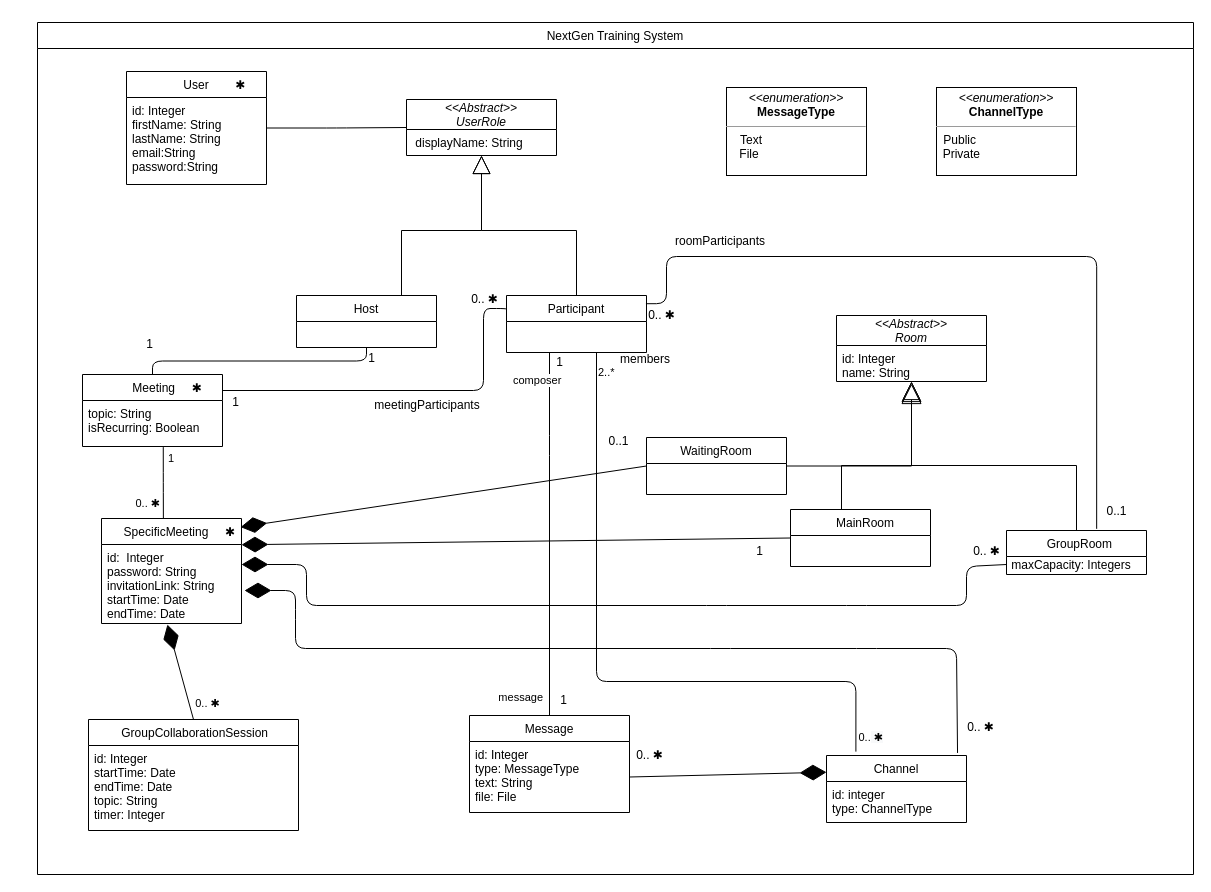
This is ECSE326.drawio from tylerrwatsonn/ecse-326-group-20, a draw.io file, before an edit. Source tidied: cells renumbered, new cells numbered last; positions are measured from the earlier drawing's top-left corner, leaving out a move shared by most shapes. Both pictures are drawn from the tidied source at 100%, with x=0, y=0 at pixel (37, 22).
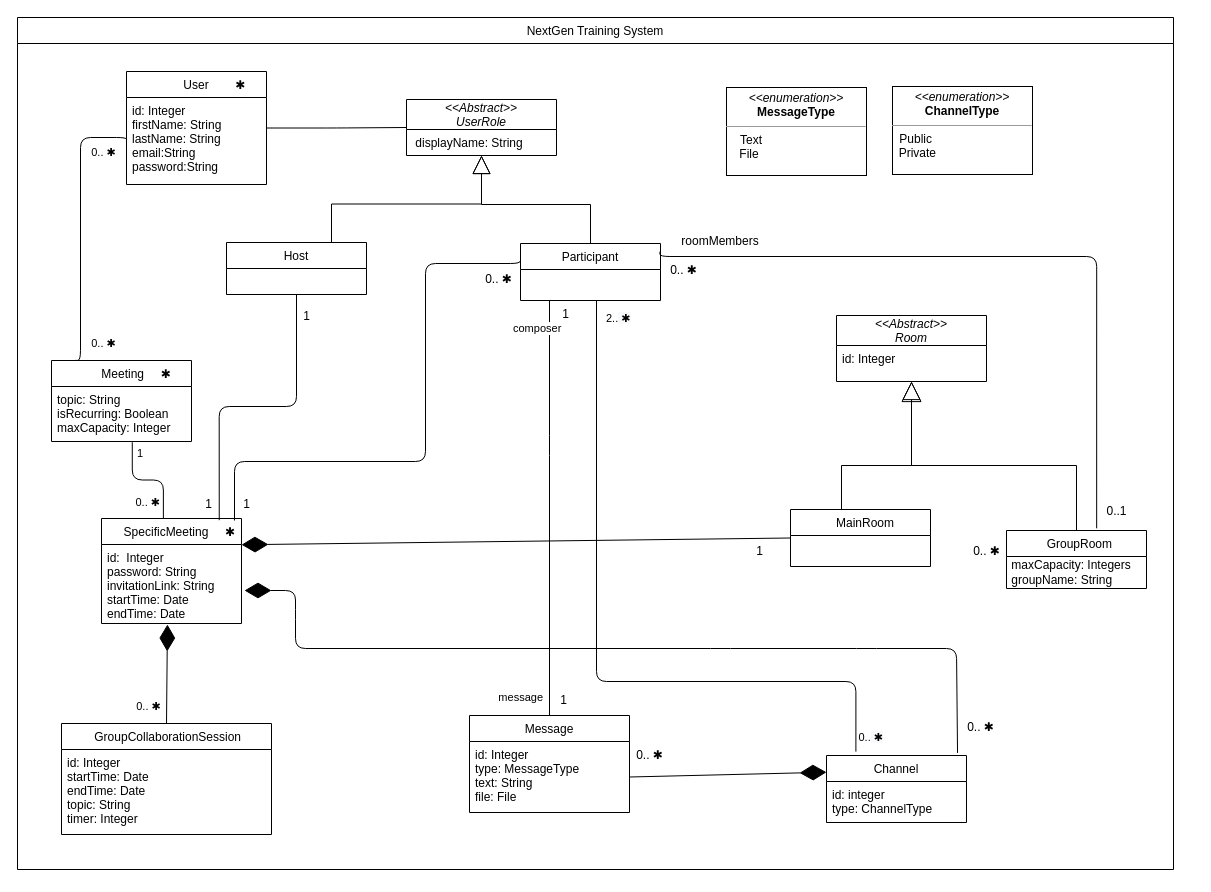
The same page after the edit.

The change refers to these unchanged cells:
```xml
<mxCell id="3" value="id: Integer&#10;firstName: String&#10;lastName: String&#10;email:String&#10;password:String" style="text;strokeColor=none;fillColor=none;align=left;verticalAlign=top;spacingLeft=4;spacingRight=4;overflow=hidden;points=[[0,0.5],[1,0.5]];portConstraint=eastwest;" parent="2" vertex="1">
  <mxGeometry y="26" width="140" height="87" as="geometry" />
</mxCell>
<mxCell id="11" value="     SpecificMeeting     ✱" style="swimlane;fontStyle=0;horizontal=1;startSize=26;fillColor=none;align=center;" parent="1" vertex="1">
  <mxGeometry x="64" y="496" width="140" height="105" as="geometry" />
</mxCell>
<mxCell id="13" value="&lt;&lt;Abstract&gt;&gt;&#10;Room" style="swimlane;fontStyle=2;horizontal=1;startSize=30;fillColor=none;" parent="1" vertex="1">
  <mxGeometry x="799" y="293" width="150" height="66" as="geometry" />
</mxCell>
<mxCell id="33" style="endArrow=none;html=1;edgeStyle=orthogonalEdgeStyle;entryX=0.21;entryY=-0.058;entryDx=0;entryDy=0;entryPerimeter=0;" parent="1" edge="1" source="10" target="22">
  <mxGeometry relative="1" as="geometry">
    <Array as="points">
      <mxPoint x="559" y="659" />
      <mxPoint x="818" y="659" />
    </Array>
  </mxGeometry>
</mxCell>
```

Change to the diagram source:
```diff
@@
     <mxCell id="8" value="Host" style="swimlane;fontStyle=0;horizontal=1;startSize=26;fillColor=none;" parent="1" vertex="1">
-      <mxGeometry x="259" y="273" width="140" height="52" as="geometry" />
+      <mxGeometry x="189" y="220" width="140" height="52" as="geometry" />
     </mxCell>
@@
     <mxCell id="10" value="Participant" style="swimlane;fontStyle=0;horizontal=1;startSize=26;fillColor=none;" parent="1" vertex="1">
-      <mxGeometry x="469" y="273" width="140" height="57" as="geometry" />
+      <mxGeometry x="483" y="221" width="140" height="57" as="geometry" />
     </mxCell>
@@
-    <mxCell id="14" value="id: Integer&#10;name: String" style="text;strokeColor=none;fillColor=none;align=left;verticalAlign=top;spacingLeft=4;spacingRight=4;overflow=hidden;points=[[0,0.5],[1,0.5]];portConstraint=eastwest;" parent="13" vertex="1">
+    <mxCell id="14" value="id: Integer" style="text;strokeColor=none;fillColor=none;align=left;verticalAlign=top;spacingLeft=4;spacingRight=4;overflow=hidden;points=[[0,0.5],[1,0.5]];portConstraint=eastwest;" parent="13" vertex="1">
       <mxGeometry y="30" width="150" height="36" as="geometry" />
     </mxCell>
@@
     <mxCell id="18" value="     GroupRoom   " style="swimlane;fontStyle=0;horizontal=1;startSize=26;fillColor=none;" parent="1" vertex="1">
-      <mxGeometry x="969" y="508" width="140" height="44" as="geometry" />
+      <mxGeometry x="969" y="508" width="140" height="58" as="geometry" />
     </mxCell>
-    <mxCell id="19" value="&amp;nbsp;maxCapacity: Integers" style="text;html=1;align=left;verticalAlign=middle;" parent="18" vertex="1">
-      <mxGeometry y="26" width="140" height="18" as="geometry" />
+    <mxCell id="19" value="&amp;nbsp;maxCapacity: Integers&lt;br&gt;&amp;nbsp;groupName: String" style="text;html=1;align=left;verticalAlign=middle;" parent="18" vertex="1">
+      <mxGeometry y="26" width="140" height="32" as="geometry" />
     </mxCell>
@@
     <mxCell id="21" value="&lt;p style=&quot;margin: 0px ; margin-top: 4px ; text-align: center&quot;&gt;&lt;i&gt;&amp;lt;&amp;lt;enumeration&amp;gt;&amp;gt;&lt;/i&gt;&lt;br&gt;&lt;b&gt;ChannelType&lt;/b&gt;&lt;/p&gt;&lt;hr size=&quot;1&quot;&gt;&lt;p style=&quot;margin: 0px ; margin-left: 4px&quot;&gt;&lt;/p&gt;&lt;p style=&quot;margin: 0px 0px 0px 4px&quot;&gt;&amp;nbsp;Public&lt;/p&gt;&lt;p style=&quot;margin: 0px ; margin-left: 4px&quot;&gt;&lt;/p&gt;&lt;div&gt;&lt;span style=&quot;font-size: 12px&quot;&gt;&amp;nbsp; Private&lt;/span&gt;&lt;/div&gt;&lt;p&gt;&lt;/p&gt;" style="verticalAlign=top;align=left;overflow=fill;fontSize=12;fontFamily=Helvetica;html=1;" parent="1" vertex="1">
-      <mxGeometry x="899" y="65" width="140" height="88" as="geometry" />
+      <mxGeometry x="855" y="64" width="140" height="88" as="geometry" />
     </mxCell>
@@
     <mxCell id="24" value="     GroupCollaborationSession    " style="swimlane;fontStyle=0;horizontal=1;startSize=26;fillColor=none;" parent="1" vertex="1">
-      <mxGeometry x="51" y="697" width="210" height="111" as="geometry" />
+      <mxGeometry x="24" y="701" width="210" height="111" as="geometry" />
     </mxCell>
@@
     <mxCell id="28" value="NextGen Training System" style="swimlane;fontStyle=0;horizontal=1;startSize=26;fillColor=none;" parent="1" vertex="1">
-      <mxGeometry width="1156" height="852" as="geometry" />
+      <mxGeometry x="-20" y="-5" width="1156" height="852" as="geometry" />
     </mxCell>
-    <mxCell id="29" style="endArrow=none;html=1;edgeStyle=orthogonalEdgeStyle;exitX=0.5;exitY=1;exitDx=0;exitDy=0;entryX=0.5;entryY=0;entryDx=0;entryDy=0;" parent="1" edge="1" source="8" target="42">
+    <mxCell id="29" style="endArrow=none;html=1;edgeStyle=orthogonalEdgeStyle;exitX=0.5;exitY=1;exitDx=0;exitDy=0;entryX=0.841;entryY=0.016;entryDx=0;entryDy=0;entryPerimeter=0;" parent="1" edge="1" source="8" target="11">
       <mxGeometry relative="1" as="geometry" />
     </mxCell>
     <mxCell id="30" value="1" style="text;html=1;align=center;verticalAlign=middle;" parent="1" vertex="1">
-      <mxGeometry x="324" y="326" width="20" height="20" as="geometry" />
+      <mxGeometry x="259" y="284" width="20" height="20" as="geometry" />
     </mxCell>
     <mxCell id="31" value="0..&amp;nbsp;✱" style="text;html=1;align=center;verticalAlign=middle;" parent="1" vertex="1">
-      <mxGeometry x="604" y="283" width="40" height="20" as="geometry" />
+      <mxGeometry x="626" y="238" width="40" height="20" as="geometry" />
     </mxCell>
     <mxCell id="32" style="endArrow=none;html=1;edgeStyle=orthogonalEdgeStyle;exitX=0.996;exitY=0.144;exitDx=0;exitDy=0;exitPerimeter=0;entryX=0.644;entryY=-0.038;entryDx=0;entryDy=0;entryPerimeter=0;" parent="1" edge="1" source="10" target="18">
       <mxGeometry relative="1" as="geometry">
         <Array as="points">
-          <mxPoint x="629" y="281" />
-          <mxPoint x="629" y="234" />
+          <mxPoint x="622" y="234" />
           <mxPoint x="1059" y="234" />
         </Array>
       </mxGeometry>
     </mxCell>
@@
-    <mxCell id="34" value="2..*" style="edgeLabel;html=1;align=left;verticalAlign=bottom;" parent="33" vertex="1">
+    <mxCell id="34" value="&lt;span style=&quot;text-align: right&quot;&gt;2..&lt;/span&gt;&lt;span style=&quot;text-align: center ; background-color: rgb(248 , 249 , 250)&quot;&gt;&amp;nbsp;✱&lt;/span&gt;" style="edgeLabel;html=1;align=left;verticalAlign=bottom;" parent="33" vertex="1">
       <mxGeometry x="-1" relative="1" as="geometry">
-        <mxPoint y="28" as="offset" />
+        <mxPoint x="8" y="26" as="offset" />
       </mxGeometry>
     </mxCell>
@@
-    <mxCell id="36" style="endArrow=diamondThin;endFill=1;endSize=24;html=1;" parent="1" edge="1">
-      <mxGeometry relative="1" as="geometry">
-        <mxPoint x="969" y="542" as="sourcePoint" />
-        <mxPoint x="204" y="542" as="targetPoint" />
-        <Array as="points">
-          <mxPoint x="929" y="544" />
-          <mxPoint x="929" y="583" />
-          <mxPoint x="819" y="583" />
-          <mxPoint x="679" y="583" />
-          <mxPoint x="269" y="583" />
-          <mxPoint x="269" y="542" />
-        </Array>
-      </mxGeometry>
-    </mxCell>
@@
     <mxCell id="42" value="         Meeting     ✱" style="swimlane;fontStyle=0;horizontal=1;startSize=26;fillColor=none;" parent="1" vertex="1">
-      <mxGeometry x="45" y="352" width="140" height="72" as="geometry" />
+      <mxGeometry x="14" y="338" width="140" height="81" as="geometry" />
     </mxCell>
-    <mxCell id="43" value="topic: String&#10;isRecurring: Boolean" style="text;strokeColor=none;fillColor=none;align=left;verticalAlign=top;spacingLeft=4;spacingRight=4;overflow=hidden;points=[[0,0.5],[1,0.5]];portConstraint=eastwest;" parent="42" vertex="1">
-      <mxGeometry y="26" width="140" height="46" as="geometry" />
+    <mxCell id="43" value="topic: String&#10;isRecurring: Boolean&#10;maxCapacity: Integer" style="text;strokeColor=none;fillColor=none;align=left;verticalAlign=top;spacingLeft=4;spacingRight=4;overflow=hidden;points=[[0,0.5],[1,0.5]];portConstraint=eastwest;" parent="42" vertex="1">
+      <mxGeometry y="26" width="140" height="55" as="geometry" />
     </mxCell>
@@
-    <mxCell id="47" value="1" style="text;html=1;align=center;verticalAlign=middle;" parent="1" vertex="1">
-      <mxGeometry x="102" y="312" width="20" height="20" as="geometry" />
+    <mxCell id="47" value="&lt;span style=&quot;font-size: 11px ; text-align: right&quot;&gt;0..&amp;nbsp;&lt;/span&gt;&lt;span style=&quot;font-size: 11px&quot;&gt;✱&lt;/span&gt;" style="text;html=1;align=center;verticalAlign=middle;" parent="1" vertex="1">
+      <mxGeometry x="48" y="310" width="35" height="22" as="geometry" />
     </mxCell>
-    <mxCell id="48" style="endArrow=none;html=1;edgeStyle=orthogonalEdgeStyle;exitX=0;exitY=0.25;exitDx=0;exitDy=0;" parent="1" edge="1" source="10" target="42">
+    <mxCell id="48" style="endArrow=none;html=1;edgeStyle=orthogonalEdgeStyle;exitX=0;exitY=0.25;exitDx=0;exitDy=0;" parent="1" edge="1" source="10">
       <mxGeometry relative="1" as="geometry">
+        <mxPoint x="197" y="498" as="targetPoint" />
         <Array as="points">
-          <mxPoint x="446" y="286" />
-          <mxPoint x="446" y="368" />
+          <mxPoint x="483" y="241" />
+          <mxPoint x="388" y="241" />
+          <mxPoint x="388" y="439" />
+          <mxPoint x="197" y="439" />
         </Array>
       </mxGeometry>
     </mxCell>
     <mxCell id="49" value="0..&amp;nbsp;✱" style="text;html=1;align=center;verticalAlign=middle;" parent="1" vertex="1">
-      <mxGeometry x="427" y="267" width="40" height="20" as="geometry" />
+      <mxGeometry x="441" y="247" width="40" height="20" as="geometry" />
     </mxCell>
     <mxCell id="50" value="1" style="text;html=1;align=center;verticalAlign=middle;" parent="1" vertex="1">
-      <mxGeometry x="188" y="370" width="20" height="20" as="geometry" />
+      <mxGeometry x="161" y="472" width="20" height="20" as="geometry" />
     </mxCell>
@@
-    <mxCell id="54" value="meetingParticipants" style="text;html=1;strokeColor=none;fillColor=none;align=center;verticalAlign=middle;whiteSpace=wrap;rounded=0;" parent="1" vertex="1">
-      <mxGeometry x="328" y="374" width="124" height="18" as="geometry" />
-    </mxCell>
-    <mxCell id="55" value="roomParticipants" style="text;html=1;strokeColor=none;fillColor=none;align=center;verticalAlign=middle;whiteSpace=wrap;rounded=0;" parent="1" vertex="1">
+    <mxCell id="55" value="roomMembers" style="text;html=1;strokeColor=none;fillColor=none;align=center;verticalAlign=middle;whiteSpace=wrap;rounded=0;" parent="1" vertex="1">
       <mxGeometry x="621" y="210" width="124" height="18" as="geometry" />
     </mxCell>
@@
     <mxCell id="59" value="1" style="text;html=1;align=center;verticalAlign=middle;" parent="1" vertex="1">
-      <mxGeometry x="512" y="330" width="20" height="20" as="geometry" />
+      <mxGeometry x="518" y="282" width="20" height="20" as="geometry" />
     </mxCell>
@@
-    <mxCell id="61" value="members" style="text;html=1;strokeColor=none;fillColor=none;align=center;verticalAlign=middle;whiteSpace=wrap;rounded=0;" parent="1" vertex="1">
-      <mxGeometry x="546" y="328" width="124" height="18" as="geometry" />
-    </mxCell>
-    <mxCell id="62" value="WaitingRoom" style="swimlane;fontStyle=0;horizontal=1;startSize=26;fillColor=none;" parent="1" vertex="1">
-      <mxGeometry x="609" y="415" width="140" height="57" as="geometry" />
-    </mxCell>
-    <mxCell id="63" style="edgeStyle=orthogonalEdgeStyle;rounded=0;jettySize=auto;html=1;endArrow=block;endFill=0;endSize=18;exitX=1;exitY=0.5;exitDx=0;exitDy=0;" parent="1" edge="1" source="62">
-      <mxGeometry relative="1" as="geometry">
-        <mxPoint x="874" y="361" as="targetPoint" />
-        <Array as="points">
-          <mxPoint x="874" y="444" />
-        </Array>
-      </mxGeometry>
-    </mxCell>
-    <mxCell id="64" style="endArrow=diamondThin;endFill=1;endSize=24;html=1;exitX=0;exitY=0.5;exitDx=0;exitDy=0;entryX=0.993;entryY=0.082;entryDx=0;entryDy=0;entryPerimeter=0;" parent="1" edge="1" source="62" target="11">
-      <mxGeometry relative="1" as="geometry" />
-    </mxCell>
-    <mxCell id="65" value="0..1" style="text;html=1;align=center;verticalAlign=middle;" parent="1" vertex="1">
-      <mxGeometry x="566" y="410" width="30" height="18" as="geometry" />
-    </mxCell>
@@
     <mxCell id="67" value="&lt;span style=&quot;font-size: 11px ; text-align: right&quot;&gt;0..&amp;nbsp;&lt;/span&gt;&lt;span style=&quot;font-size: 11px&quot;&gt;✱&lt;/span&gt;" style="text;html=1;align=center;verticalAlign=middle;" parent="1" vertex="1">
-      <mxGeometry x="152" y="670" width="35" height="22" as="geometry" />
+      <mxGeometry x="93" y="673" width="35" height="22" as="geometry" />
     </mxCell>
+    <mxCell id="68" value="1" style="text;html=1;align=center;verticalAlign=middle;" parent="1" vertex="1">
+      <mxGeometry x="199" y="472" width="20" height="20" as="geometry" />
+    </mxCell>
+    <mxCell id="69" style="endArrow=none;html=1;edgeStyle=orthogonalEdgeStyle;entryX=0.167;entryY=-0.001;entryDx=0;entryDy=0;entryPerimeter=0;exitX=0;exitY=0.5;exitDx=0;exitDy=0;" parent="1" edge="1" source="3" target="42">
+      <mxGeometry relative="1" as="geometry">
+        <Array as="points">
+          <mxPoint x="89" y="115" />
+          <mxPoint x="43" y="115" />
+          <mxPoint x="43" y="338" />
+        </Array>
+      </mxGeometry>
+    </mxCell>
+    <mxCell id="70" value="&lt;span style=&quot;font-size: 11px ; text-align: right&quot;&gt;0..&amp;nbsp;&lt;/span&gt;&lt;span style=&quot;font-size: 11px&quot;&gt;✱&lt;/span&gt;" style="text;html=1;align=center;verticalAlign=middle;" parent="1" vertex="1">
+      <mxGeometry x="48" y="119" width="35" height="22" as="geometry" />
+    </mxCell>
```
